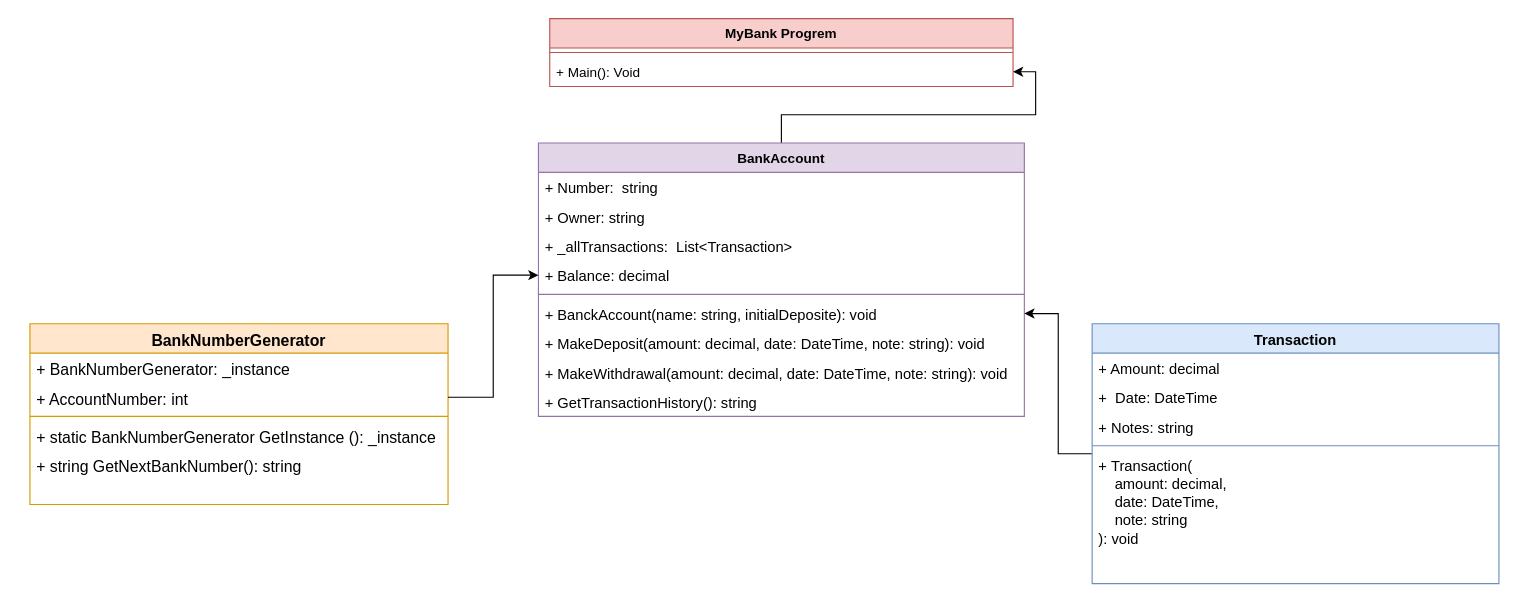
Before: Untitled Diagram.drawio in roman89ua/MyBank, a draw.io diagram. Source tidied: cells renumbered, new cells numbered last; positions are measured from the earlier drawing's top-left corner, leaving out a move shared by most shapes. Both pictures are drawn from the tidied source at 113%, with x=0, y=0 at pixel (29, 18).
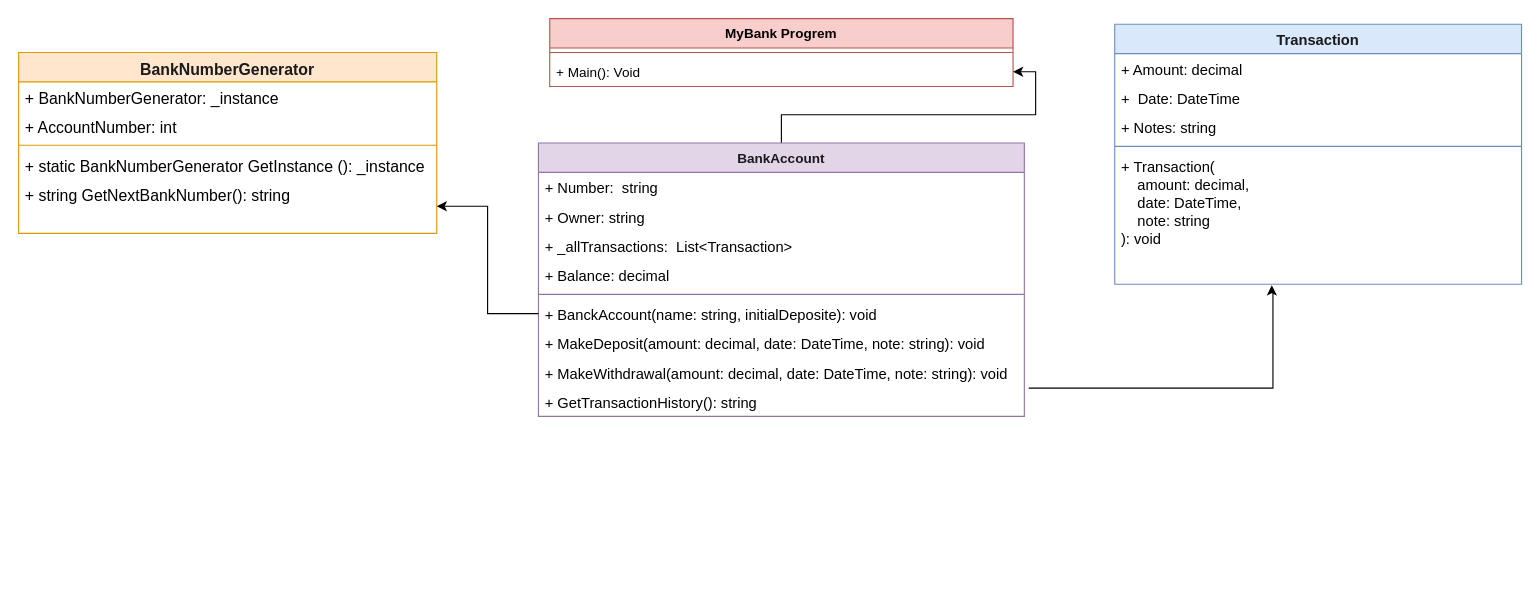
The same diagram, later.

Unchanged cells that the change refers to:
```xml
<mxCell id="7" value="+ AccountNumber: int" style="text;strokeColor=none;fillColor=none;align=left;verticalAlign=top;spacingLeft=4;spacingRight=4;overflow=hidden;points=[[0,0.5],[1,0.5]];portConstraint=eastwest;fontSize=14;labelBorderColor=none;" parent="5" vertex="1">
  <mxGeometry y="52" width="370" height="26" as="geometry" />
</mxCell>
<mxCell id="10" value="+ string GetNextBankNumber(): string" style="text;strokeColor=none;fillColor=none;align=left;verticalAlign=top;spacingLeft=4;spacingRight=4;overflow=hidden;points=[[0,0.5],[1,0.5]];portConstraint=eastwest;fontSize=14;labelBorderColor=none;" parent="5" vertex="1">
  <mxGeometry y="112" width="370" height="48" as="geometry" />
</mxCell>
<mxCell id="16" value="+ Balance: decimal" style="text;strokeColor=none;fillColor=none;align=left;verticalAlign=top;spacingLeft=4;spacingRight=4;overflow=hidden;points=[[0,0.5],[1,0.5]];portConstraint=eastwest;fontSize=13;" parent="12" vertex="1">
  <mxGeometry y="104" width="430" height="26" as="geometry" />
</mxCell>
<mxCell id="18" value="+ BanckAccount(name: string, initialDeposite): void" style="text;strokeColor=none;fillColor=none;align=left;verticalAlign=top;spacingLeft=4;spacingRight=4;overflow=hidden;points=[[0,0.5],[1,0.5]];portConstraint=eastwest;fontSize=13;" parent="12" vertex="1">
  <mxGeometry y="138" width="430" height="26" as="geometry" />
</mxCell>
<mxCell id="21" value="+ GetTransactionHistory(): string" style="text;strokeColor=none;fillColor=none;align=left;verticalAlign=top;spacingLeft=4;spacingRight=4;overflow=hidden;points=[[0,0.5],[1,0.5]];portConstraint=eastwest;fontSize=13;" parent="12" vertex="1">
  <mxGeometry y="216" width="430" height="26" as="geometry" />
</mxCell>
<mxCell id="28" value="+ Transaction(&#10;    amount: decimal,&#10;    date: DateTime,&#10;    note: string&#10;): void" style="text;strokeColor=none;fillColor=none;align=left;verticalAlign=top;spacingLeft=4;spacingRight=4;overflow=hidden;points=[[0,0.5],[1,0.5]];portConstraint=eastwest;fontSize=13;labelBorderColor=none;" parent="23" vertex="1">
  <mxGeometry y="112" width="360" height="118" as="geometry" />
</mxCell>
```

Change to the diagram source:
```diff
@@
-    <mxCell id="2" value="MyBank Progrem&#10;" style="swimlane;fontStyle=1;align=center;verticalAlign=top;horizontal=1;startSize=26;fontSize=12;fillColor=#f8cecc;strokeColor=#b85450;" parent="1" vertex="1">
+    <mxCell id="2" value="MyBank Progrem&#10;" style="swimlane;fontStyle=1;align=center;verticalAlign=top;horizontal=1;startSize=26;fontSize=12;fillColor=#f8cecc;strokeColor=#b85450;labelBackgroundColor=none;fontColor=#000000;" parent="1" vertex="1">
       <mxGeometry x="460" width="410" height="60" as="geometry" />
     </mxCell>
@@
-    <mxCell id="5" value="BankNumberGenerator" style="swimlane;fontStyle=1;align=center;verticalAlign=top;horizontal=1;startSize=26;fontSize=14;labelBorderColor=none;fillColor=#ffe6cc;strokeColor=#d79b00;" parent="1" vertex="1">
-      <mxGeometry y="270" width="370" height="160" as="geometry" />
+    <mxCell id="5" value="BankNumberGenerator" style="swimlane;fontStyle=1;align=center;verticalAlign=top;horizontal=1;startSize=26;fontSize=14;labelBorderColor=none;fillColor=#ffe6cc;strokeColor=#d79b00;fontColor=#1A1A1A;" parent="1" vertex="1">
+      <mxGeometry x="-10" y="30" width="370" height="160" as="geometry" />
     </mxCell>
@@
-    <mxCell id="12" value="BankAccount" style="swimlane;fontStyle=1;align=center;verticalAlign=top;horizontal=1;startSize=26;fontSize=12;fillColor=#e1d5e7;strokeColor=#9673a6;" parent="1" vertex="1">
+    <mxCell id="12" value="BankAccount" style="swimlane;fontStyle=1;align=center;verticalAlign=top;horizontal=1;startSize=26;fontSize=12;fillColor=#e1d5e7;strokeColor=#9673a6;fontColor=#1A1A1A;" parent="1" vertex="1">
       <mxGeometry x="450" y="110" width="430" height="242" as="geometry" />
     </mxCell>
@@
-    <mxCell id="22" style="edgeStyle=orthogonalEdgeStyle;rounded=0;jettySize=auto;html=1;fontSize=13;" parent="1" edge="1" source="23" target="18">
-      <mxGeometry relative="1" as="geometry" />
+    <mxCell id="22" style="edgeStyle=orthogonalEdgeStyle;rounded=0;jettySize=auto;html=1;fontSize=13;exitX=1.009;exitY=0.038;exitDx=0;exitDy=0;exitPerimeter=0;entryX=0.386;entryY=1.008;entryDx=0;entryDy=0;entryPerimeter=0;" parent="1" edge="1" source="21" target="28">
+      <mxGeometry relative="1" as="geometry">
+        <Array as="points">
+          <mxPoint x="1100" y="327" />
+          <mxPoint x="1100" y="240" />
+          <mxPoint x="1099" y="240" />
+        </Array>
+      </mxGeometry>
     </mxCell>
-    <mxCell id="23" value="Transaction" style="swimlane;fontStyle=1;align=center;verticalAlign=top;horizontal=1;startSize=26;fontSize=13;labelBorderColor=none;fillColor=#dae8fc;strokeColor=#6c8ebf;" parent="1" vertex="1">
-      <mxGeometry x="940" y="270" width="360" height="230" as="geometry" />
+    <mxCell id="23" value="Transaction" style="swimlane;fontStyle=1;align=center;verticalAlign=top;horizontal=1;startSize=26;fontSize=13;labelBorderColor=none;fillColor=#dae8fc;strokeColor=#6c8ebf;fontColor=#1A1A1A;" parent="1" vertex="1">
+      <mxGeometry x="960" y="5" width="360" height="230" as="geometry" />
     </mxCell>
@@
-    <mxCell id="29" style="edgeStyle=orthogonalEdgeStyle;rounded=0;jettySize=auto;html=1;fontSize=13;" parent="1" edge="1" source="7" target="16">
+    <mxCell id="29" style="edgeStyle=orthogonalEdgeStyle;rounded=0;jettySize=auto;html=1;fontSize=13;entryX=1;entryY=0.5;entryDx=0;entryDy=0;" parent="1" edge="1" source="18" target="10">
       <mxGeometry relative="1" as="geometry" />
     </mxCell>
```
